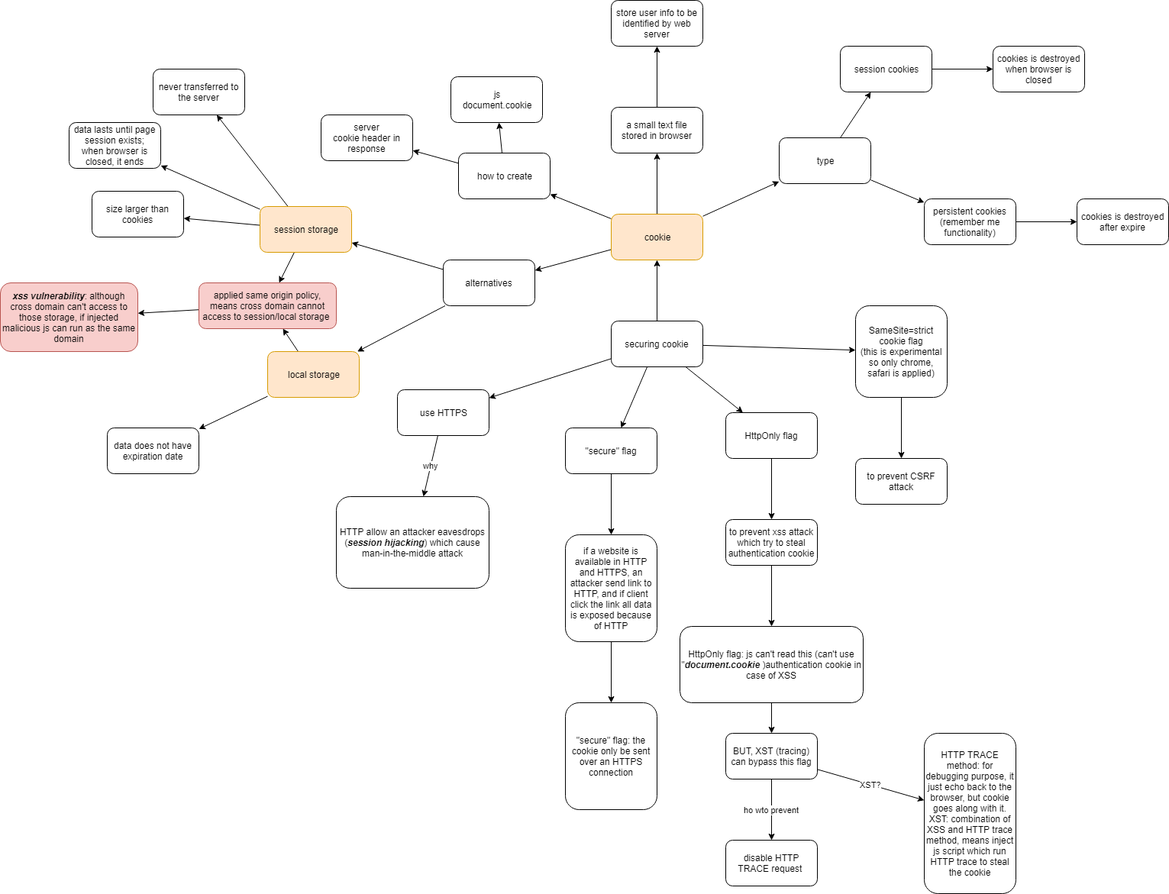
Before: cookie_concept.png, a diagram exported from draw.io (stsiwo/security_concept). Source tidied: cells renumbered, new cells last; positions are measured from the earlier drawing's top-left corner, leaving out a move shared by most shapes.
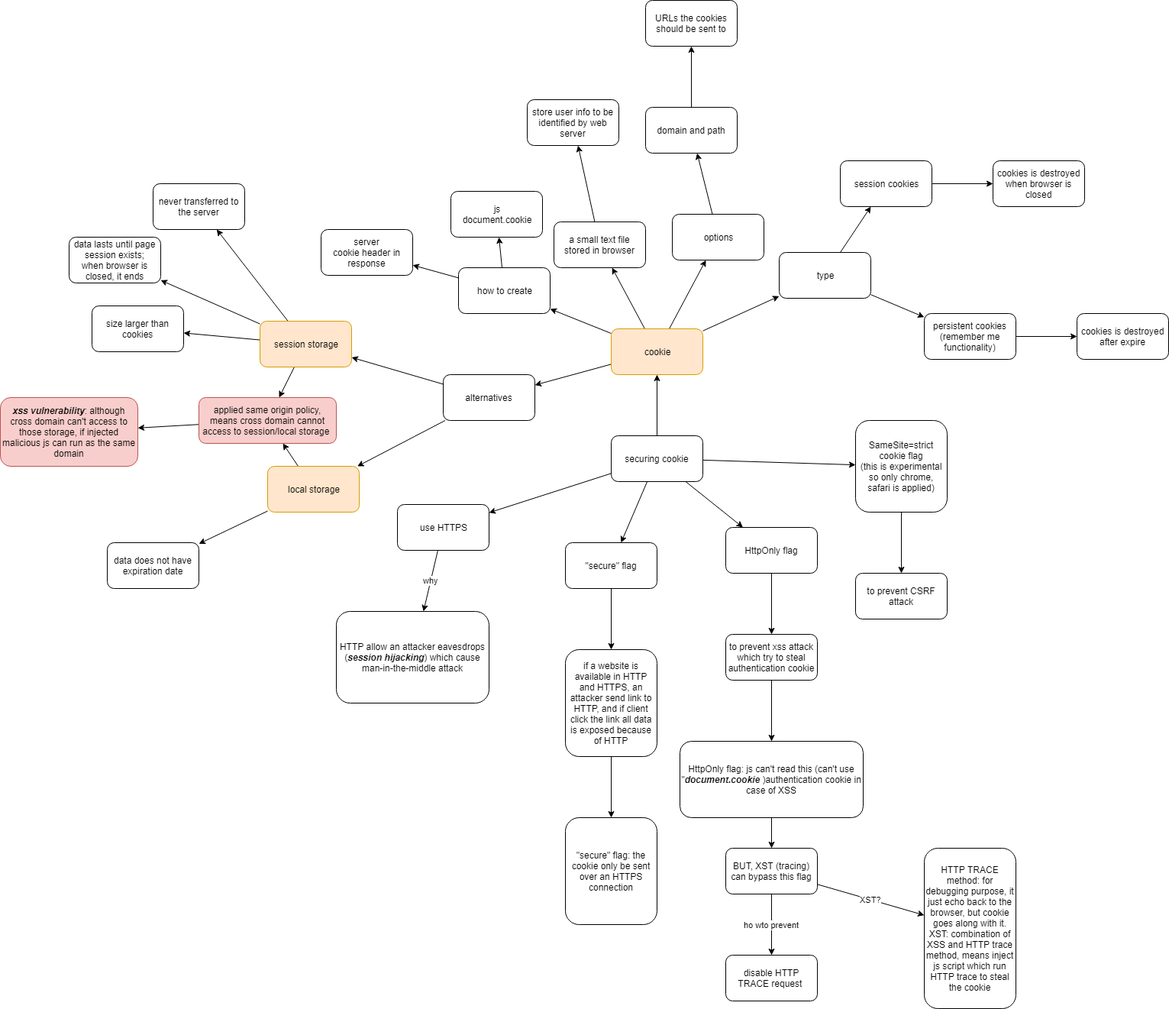
Later version of the same file.

The edit, as a diff of the source:
```diff
@@ -32,9 +32,27 @@
     <mxCell id="11" style="edgeStyle=none;rounded=0;html=1;jettySize=auto;" parent="1" edge="1" source="12" target="15">
       <mxGeometry relative="1" as="geometry" />
     </mxCell>
+    <mxCell id="70" style="edgeStyle=none;rounded=0;html=1;jettySize=auto;" parent="1" edge="1" source="12" target="72">
+      <mxGeometry relative="1" as="geometry" />
+    </mxCell>
     <mxCell id="12" value="cookie" style="rounded=1;whiteSpace=wrap;html=1;fillColor=#ffe6cc;strokeColor=#d79b00;" parent="1" vertex="1">
       <mxGeometry x="800" y="280" width="120" height="60" as="geometry" />
     </mxCell>
+    <mxCell id="71" style="edgeStyle=none;rounded=0;html=1;jettySize=auto;" parent="1" edge="1" source="72" target="74">
+      <mxGeometry relative="1" as="geometry" />
+    </mxCell>
+    <mxCell id="72" value="options" style="rounded=1;whiteSpace=wrap;html=1;fillColor=#ffffff;strokeColor=#000000;" parent="1" vertex="1">
+      <mxGeometry x="880" y="130" width="120" height="60" as="geometry" />
+    </mxCell>
+    <mxCell id="73" style="edgeStyle=none;rounded=0;html=1;jettySize=auto;" parent="1" edge="1" source="74" target="75">
+      <mxGeometry relative="1" as="geometry" />
+    </mxCell>
+    <mxCell id="74" value="domain and path" style="rounded=1;whiteSpace=wrap;html=1;fillColor=#ffffff;strokeColor=#000000;" parent="1" vertex="1">
+      <mxGeometry x="845" y="-10" width="120" height="60" as="geometry" />
+    </mxCell>
+    <mxCell id="75" value="URLs the cookies should be sent to" style="rounded=1;whiteSpace=wrap;html=1;fillColor=#ffffff;strokeColor=#000000;" parent="1" vertex="1">
+      <mxGeometry x="845" y="-150" width="120" height="60" as="geometry" />
+    </mxCell>
     <mxCell id="13" style="edgeStyle=none;rounded=0;html=1;jettySize=auto;" parent="1" edge="1" source="15" target="24">
       <mxGeometry relative="1" as="geometry" />
     </mxCell>
@@ -126,10 +144,10 @@
       <mxGeometry relative="1" as="geometry" />
     </mxCell>
     <mxCell id="43" value="a small text file stored in browser" style="rounded=1;whiteSpace=wrap;html=1;" parent="1" vertex="1">
-      <mxGeometry x="800" y="140" width="120" height="60" as="geometry" />
+      <mxGeometry x="725" y="140" width="120" height="60" as="geometry" />
     </mxCell>
     <mxCell id="44" value="store user info to be identified by web server" style="rounded=1;whiteSpace=wrap;html=1;" parent="1" vertex="1">
-      <mxGeometry x="800" width="120" height="60" as="geometry" />
+      <mxGeometry x="690" y="-20" width="120" height="60" as="geometry" />
     </mxCell>
     <mxCell id="45" style="edgeStyle=none;rounded=0;html=1;jettySize=auto;" parent="1" edge="1" source="46" target="47">
       <mxGeometry relative="1" as="geometry" />
```
